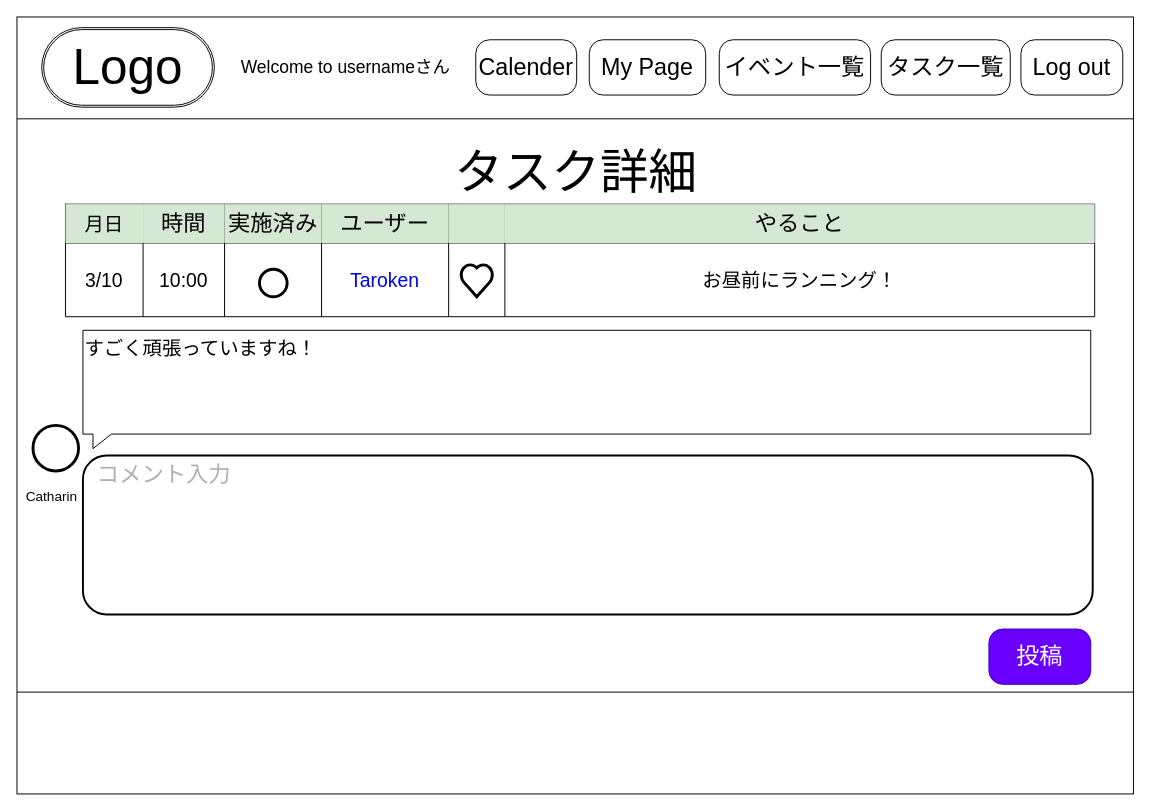
The draw.io diagram page "タスク詳細" (12 of 20) of wire flame.drawio in MurapyonCorp/My-Portfolio, before the edit. Source tidied: cells renumbered, new cells numbered last; positions are measured from the earlier drawing's top-left corner, leaving out a move shared by most shapes. Both pictures are drawn from the tidied source at 97%, with x=0, y=0 at pixel (16, 16).
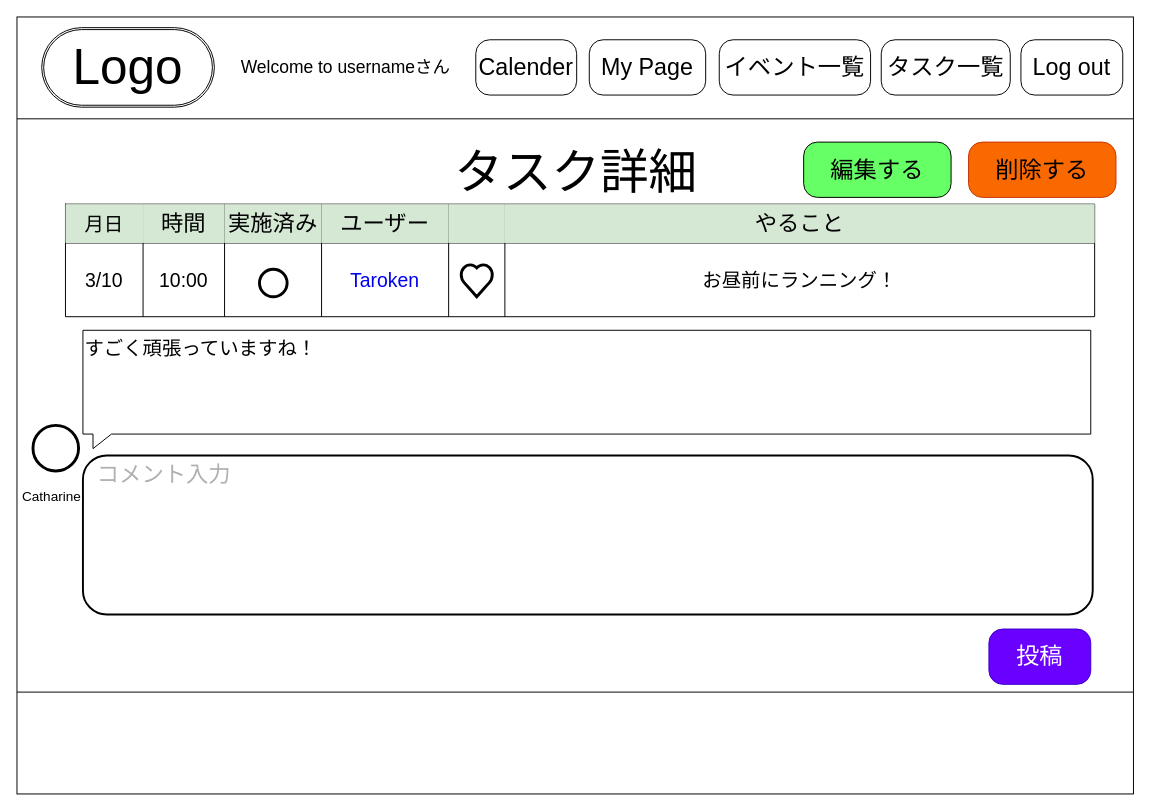
After the change.

The edit, as a diff of the source:
```diff
@@
-    <mxCell id="25" value="&lt;font color=&quot;#000000&quot; style=&quot;font-size: 14px;&quot;&gt;Catharin&lt;/font&gt;" style="text;html=1;strokeColor=none;fillColor=none;align=center;verticalAlign=middle;whiteSpace=wrap;rounded=0;fontSize=14;" parent="1" vertex="1">
+    <mxCell id="25" value="&lt;font color=&quot;#000000&quot; style=&quot;font-size: 14px&quot;&gt;Catharine&lt;/font&gt;" style="text;html=1;strokeColor=none;fillColor=none;align=center;verticalAlign=middle;whiteSpace=wrap;rounded=0;fontSize=14;" parent="1" vertex="1">
       <mxGeometry y="476" width="72" height="35.1" as="geometry" />
     </mxCell>
@@
+    <mxCell id="35" value="&lt;font color=&quot;#000000&quot;&gt;&lt;span style=&quot;font-size: 24px&quot;&gt;編集する&lt;/span&gt;&lt;/font&gt;" style="rounded=1;arcSize=25;whiteSpace=wrap;html=1;align=center;strokeColor=#000000;fillColor=#66FF66;" parent="1" vertex="1">
+      <mxGeometry x="811" y="129" width="152" height="57" as="geometry" />
+    </mxCell>
+    <mxCell id="36" value="&lt;font color=&quot;#000000&quot;&gt;&lt;span style=&quot;font-size: 24px&quot;&gt;削除する&lt;/span&gt;&lt;/font&gt;" style="rounded=1;arcSize=25;whiteSpace=wrap;html=1;align=center;strokeColor=#C73500;fillColor=#fa6800;fontColor=#000000;" parent="1" vertex="1">
+      <mxGeometry x="981" y="129" width="152" height="57" as="geometry" />
+    </mxCell>
```
